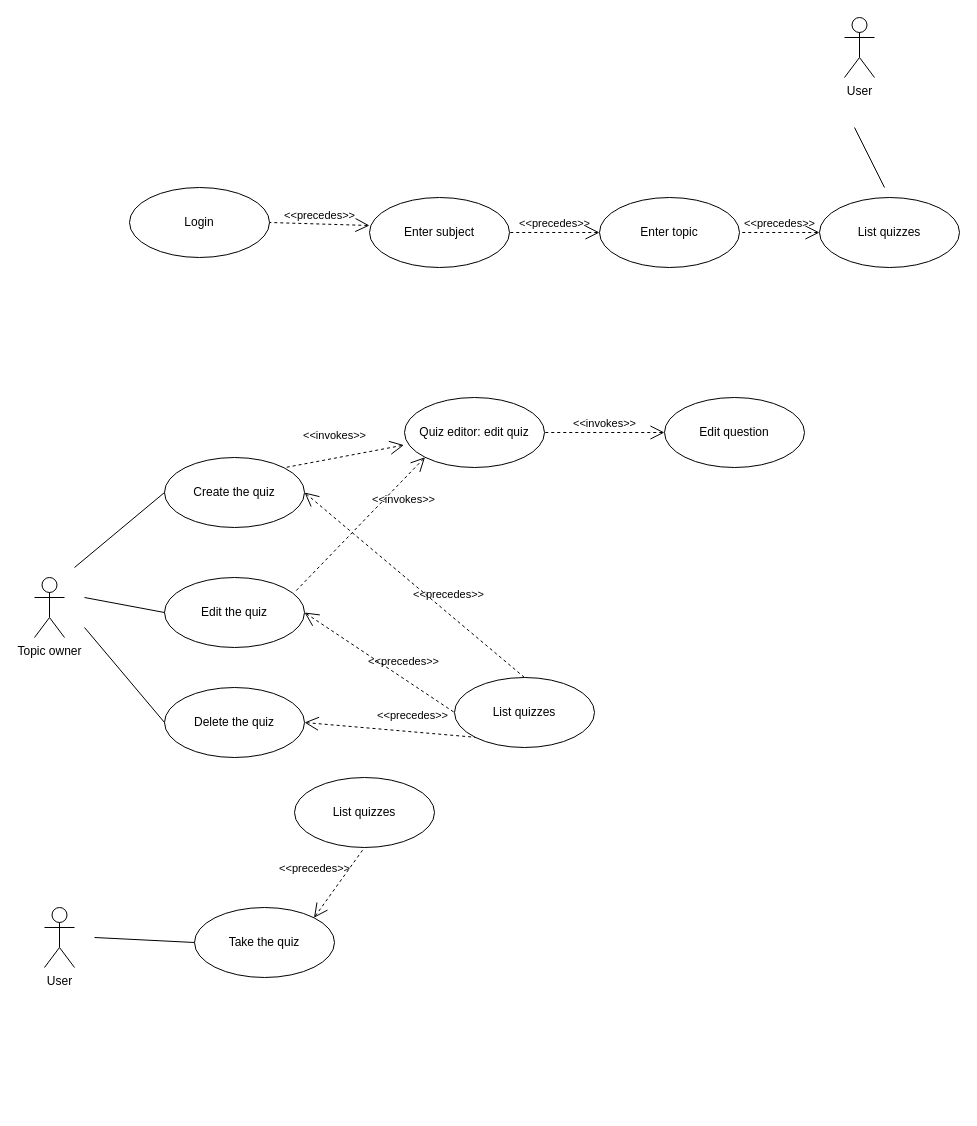
This is lab3diags/use-cases.drawio from piatrashkakanstantinass/psi2, a draw.io file, before an edit. Source tidied: cells renumbered, new cells numbered last; positions are measured from the earlier drawing's top-left corner, leaving out a move shared by most shapes. Both pictures are drawn from the tidied source at 100%, with x=0, y=0 at pixel (34, 17).
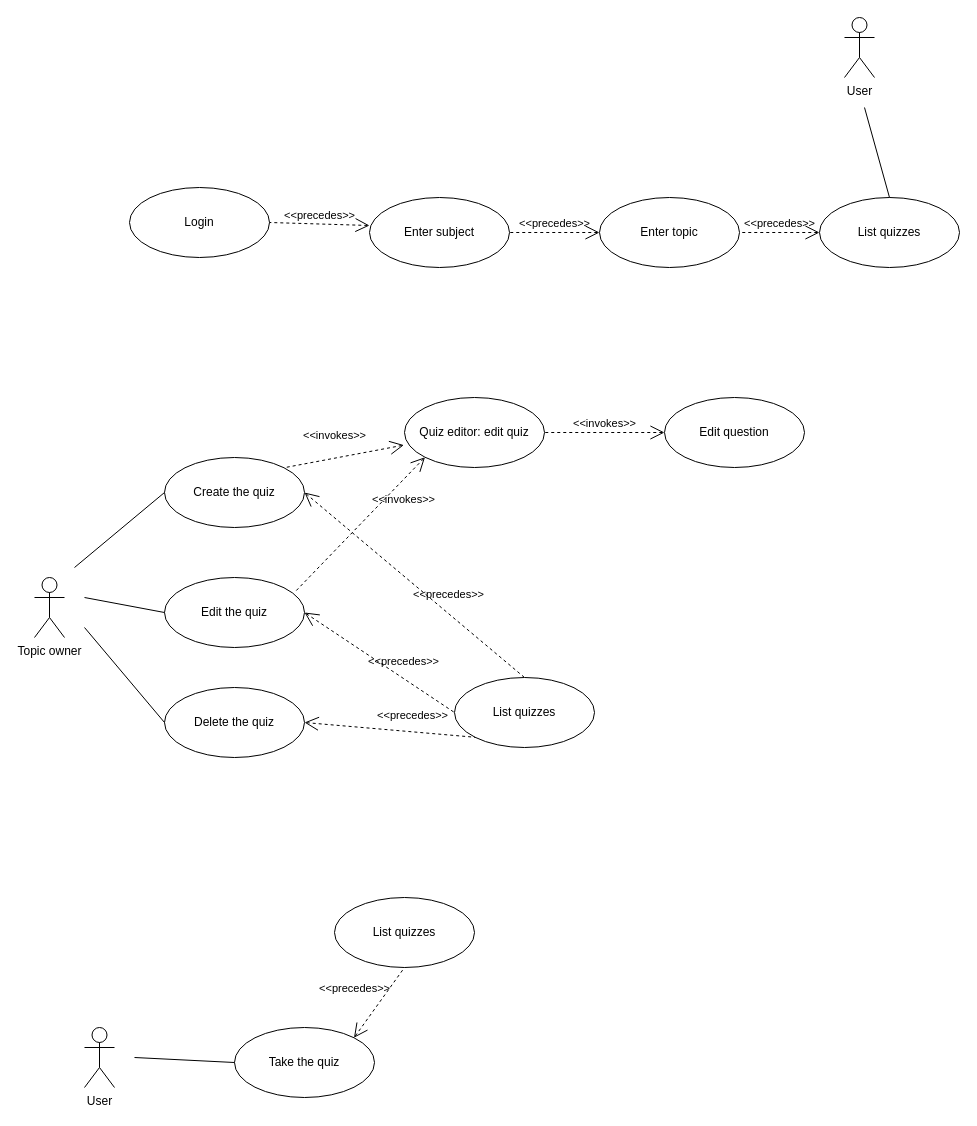
The same diagram, later.

Commit message (it also covers changes not shown here):
finalize use cases

The change refers to these unchanged cells:
```xml
<mxCell id="4" value="List quizzes" style="ellipse;whiteSpace=wrap;html=1;" parent="1" vertex="1">
  <mxGeometry x="785" y="180" width="140" height="70" as="geometry" />
</mxCell>
```

Diff of the diagram source:
```diff
@@
     <mxCell id="9" value="Take the quiz" style="ellipse;whiteSpace=wrap;html=1;" parent="1" vertex="1">
-      <mxGeometry x="160" y="890" width="140" height="70" as="geometry" />
+      <mxGeometry x="200" y="1010" width="140" height="70" as="geometry" />
     </mxCell>
@@
     <mxCell id="27" value="User" style="shape=umlActor;verticalLabelPosition=bottom;verticalAlign=top;html=1;" parent="1" vertex="1">
-      <mxGeometry x="10" y="890" width="30" height="60" as="geometry" />
+      <mxGeometry x="50" y="1010" width="30" height="60" as="geometry" />
     </mxCell>
     <mxCell id="28" style="edgeStyle=none;html=1;endArrow=none;verticalAlign=bottom;entryX=0;entryY=0.5;entryDx=0;entryDy=0;" parent="1" edge="1" target="9">
       <mxGeometry relative="1" as="geometry">
-        <mxPoint x="60" y="920" as="sourcePoint" />
+        <mxPoint x="100" y="1040" as="sourcePoint" />
       </mxGeometry>
     </mxCell>
     <mxCell id="29" value="List quizzes" style="ellipse;whiteSpace=wrap;html=1;" parent="1" vertex="1">
-      <mxGeometry x="260" y="760" width="140" height="70" as="geometry" />
+      <mxGeometry x="300" y="880" width="140" height="70" as="geometry" />
     </mxCell>
@@
-    <mxCell id="31" style="edgeStyle=none;html=1;endArrow=none;verticalAlign=bottom;" parent="1" edge="1">
+    <mxCell id="31" style="edgeStyle=none;html=1;endArrow=none;verticalAlign=bottom;entryX=0.5;entryY=0;entryDx=0;entryDy=0;" parent="1" edge="1" target="4">
       <mxGeometry relative="1" as="geometry">
-        <mxPoint x="820" y="110" as="sourcePoint" />
-        <mxPoint x="850" y="170" as="targetPoint" />
+        <mxPoint x="830" y="90" as="sourcePoint" />
       </mxGeometry>
     </mxCell>
```
